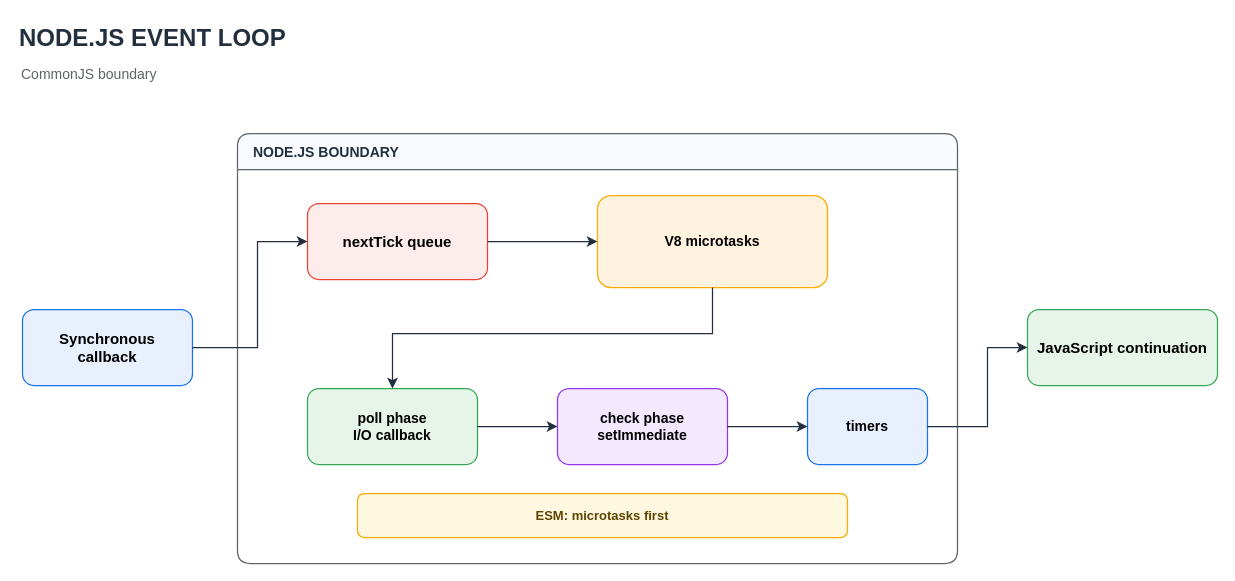
This is assets/img/nodejs/node-event-loop-scheduling-flow.drawio from KKamJi98/kkamji98.github.io, a draw.io file, before an edit. Source tidied: cells renumbered, new cells numbered last; positions are measured from the earlier drawing's top-left corner, leaving out a move shared by most shapes. Both pictures are drawn from the tidied source at 100%, with x=0, y=0 at pixel (17, 17).
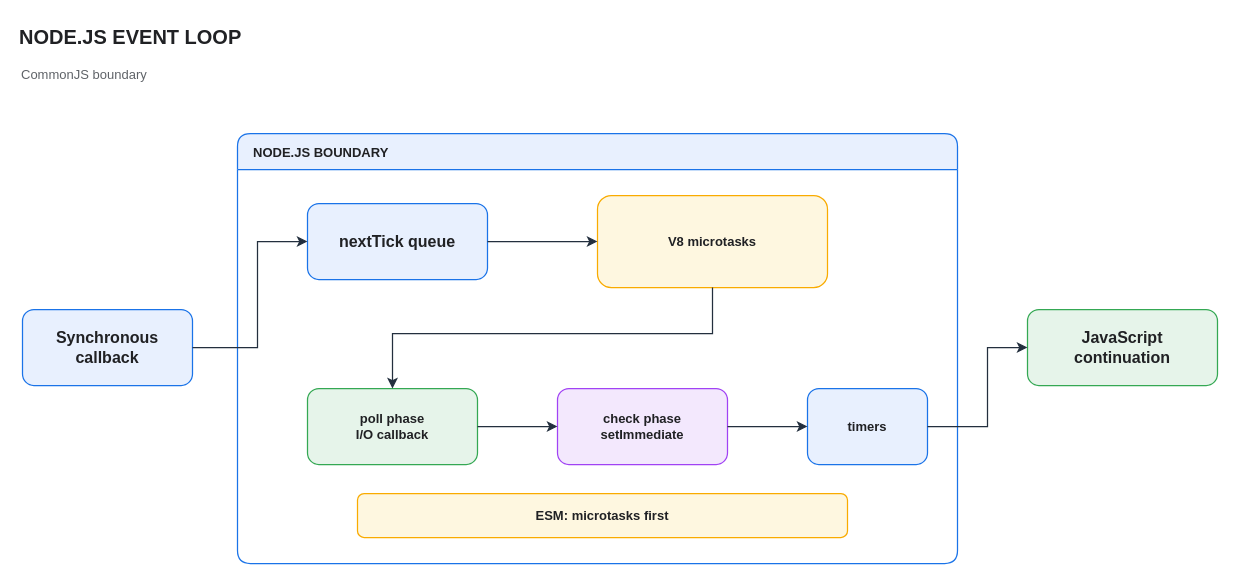
Above is the later version.

Diff of the diagram source:
```diff
@@
-    <mxCell id="2" value="NODE.JS EVENT LOOP" style="text;html=0;strokeColor=none;fillColor=none;align=left;verticalAlign=middle;fontSize=24;fontStyle=1;fontColor=#232F3E;opacity=100;" parent="1" vertex="1">
+    <mxCell id="2" value="NODE.JS EVENT LOOP" style="text;html=0;strokeColor=none;fillColor=none;align=left;verticalAlign=middle;fontSize=20;fontStyle=1;fontColor=#202124;opacity=100;" parent="1" vertex="1">
       <mxGeometry width="720" height="36" as="geometry" />
     </mxCell>
-    <mxCell id="3" value="CommonJS boundary" style="text;html=0;strokeColor=none;fillColor=none;align=left;verticalAlign=middle;fontSize=14;fontColor=#5F6368;" parent="1" vertex="1">
+    <mxCell id="3" value="CommonJS boundary" style="text;html=0;strokeColor=none;fillColor=none;align=left;verticalAlign=middle;fontSize=13;fontColor=#5F6368;" parent="1" vertex="1">
       <mxGeometry x="2" y="44" width="400" height="24" as="geometry" />
     </mxCell>
-    <mxCell id="4" value="Synchronous callback" style="rounded=1;whiteSpace=wrap;html=0;fillColor=#E8F0FE;strokeColor=#1A73E8;strokeWidth=1.25;fontColor=#000000;fontSize=15;fontStyle=1;align=center;verticalAlign=middle;spacing=8;" parent="1" vertex="1">
+    <mxCell id="4" value="Synchronous callback" style="rounded=1;whiteSpace=wrap;html=0;fillColor=#E8F0FE;strokeColor=#1A73E8;strokeWidth=1.25;fontColor=#202124;fontSize=16;fontStyle=1;align=center;verticalAlign=middle;spacing=8;" parent="1" vertex="1">
       <mxGeometry x="5" y="292" width="170" height="76" as="geometry" />
     </mxCell>
-    <mxCell id="5" value="NODE.JS BOUNDARY" style="swimlane;horizontal=1;startSize=36;rounded=1;arcSize=12;html=0;fillColor=#F8FBFF;swimlaneFillColor=#FFFFFF;strokeColor=#5F6368;strokeWidth=1.25;fontColor=#232F3E;fontSize=14;fontStyle=1;align=left;spacingLeft=14;" parent="1" vertex="1">
+    <mxCell id="5" value="NODE.JS BOUNDARY" style="swimlane;horizontal=1;startSize=36;rounded=1;arcSize=12;html=0;fillColor=#E8F0FE;swimlaneFillColor=#FFFFFF;strokeColor=#1A73E8;strokeWidth=1.25;fontColor=#202124;fontSize=13;fontStyle=1;align=left;spacingLeft=14;" parent="1" vertex="1">
       <mxGeometry x="220" y="116" width="720" height="430" as="geometry" />
     </mxCell>
-    <mxCell id="6" value="nextTick queue" style="rounded=1;whiteSpace=wrap;html=0;fillColor=#FDECEC;strokeColor=#EA4335;strokeWidth=1.25;fontColor=#000000;fontSize=15;fontStyle=1;align=center;verticalAlign=middle;spacing=8;" parent="1" vertex="1">
+    <mxCell id="6" value="nextTick queue" style="rounded=1;whiteSpace=wrap;html=0;fillColor=#E8F0FE;strokeColor=#1A73E8;strokeWidth=1.25;fontColor=#202124;fontSize=16;fontStyle=1;align=center;verticalAlign=middle;spacing=8;" parent="1" vertex="1">
       <mxGeometry x="290" y="186" width="180" height="76" as="geometry" />
     </mxCell>
-    <mxCell id="7" value="V8 microtasks" style="rounded=1;whiteSpace=wrap;html=0;fillColor=#FFF3E0;strokeColor=#F9AB00;strokeWidth=1.25;fontColor=#000000;fontSize=14;fontStyle=1;align=center;verticalAlign=middle;spacing=8;" parent="1" vertex="1">
+    <mxCell id="7" value="V8 microtasks" style="rounded=1;whiteSpace=wrap;html=0;fillColor=#FEF7E0;strokeColor=#F9AB00;strokeWidth=1.25;fontColor=#202124;fontSize=13;fontStyle=1;align=center;verticalAlign=middle;spacing=8;" parent="1" vertex="1">
       <mxGeometry x="580" y="178" width="230" height="92" as="geometry" />
     </mxCell>
-    <mxCell id="8" value="poll phase&#10;I/O callback" style="rounded=1;whiteSpace=wrap;html=0;fillColor=#E6F4EA;strokeColor=#34A853;strokeWidth=1.25;fontColor=#000000;fontSize=14;fontStyle=1;align=center;verticalAlign=middle;spacing=8;" parent="1" vertex="1">
+    <mxCell id="8" value="poll phase&#10;I/O callback" style="rounded=1;whiteSpace=wrap;html=0;fillColor=#E6F4EA;strokeColor=#34A853;strokeWidth=1.25;fontColor=#202124;fontSize=13;fontStyle=1;align=center;verticalAlign=middle;spacing=8;" parent="1" vertex="1">
       <mxGeometry x="290" y="371" width="170" height="76" as="geometry" />
     </mxCell>
-    <mxCell id="9" value="check phase&#10;setImmediate" style="rounded=1;whiteSpace=wrap;html=0;fillColor=#F3E8FD;strokeColor=#9334E6;strokeWidth=1.25;fontColor=#000000;fontSize=14;fontStyle=1;align=center;verticalAlign=middle;spacing=8;" parent="1" vertex="1">
+    <mxCell id="9" value="check phase&#10;setImmediate" style="rounded=1;whiteSpace=wrap;html=0;fillColor=#F3E8FD;strokeColor=#A142F4;strokeWidth=1.25;fontColor=#202124;fontSize=13;fontStyle=1;align=center;verticalAlign=middle;spacing=8;" parent="1" vertex="1">
       <mxGeometry x="540" y="371" width="170" height="76" as="geometry" />
     </mxCell>
-    <mxCell id="10" value="timers" style="rounded=1;whiteSpace=wrap;html=0;fillColor=#E8F0FE;strokeColor=#1A73E8;strokeWidth=1.25;fontColor=#000000;fontSize=14;fontStyle=1;align=center;verticalAlign=middle;spacing=8;" parent="1" vertex="1">
+    <mxCell id="10" value="timers" style="rounded=1;whiteSpace=wrap;html=0;fillColor=#E8F0FE;strokeColor=#1A73E8;strokeWidth=1.25;fontColor=#202124;fontSize=13;fontStyle=1;align=center;verticalAlign=middle;spacing=8;" parent="1" vertex="1">
       <mxGeometry x="790" y="371" width="120" height="76" as="geometry" />
     </mxCell>
-    <mxCell id="11" value="JavaScript continuation" style="rounded=1;whiteSpace=wrap;html=0;fillColor=#E6F4EA;strokeColor=#34A853;strokeWidth=1.25;fontColor=#000000;fontSize=15;fontStyle=1;align=center;verticalAlign=middle;spacing=8;" parent="1" vertex="1">
+    <mxCell id="11" value="JavaScript continuation" style="rounded=1;whiteSpace=wrap;html=0;fillColor=#E6F4EA;strokeColor=#34A853;strokeWidth=1.25;fontColor=#202124;fontSize=16;fontStyle=1;align=center;verticalAlign=middle;spacing=8;" parent="1" vertex="1">
       <mxGeometry x="1010" y="292" width="190" height="76" as="geometry" />
     </mxCell>
-    <mxCell id="12" value="ESM: microtasks first" style="rounded=1;whiteSpace=wrap;html=0;fillColor=#FFF8E1;strokeColor=#F9AB00;strokeWidth=1.25;fontColor=#5F4300;fontSize=13;fontStyle=1;align=center;verticalAlign=middle;spacing=8;" parent="1" vertex="1">
+    <mxCell id="12" value="ESM: microtasks first" style="rounded=1;whiteSpace=wrap;html=0;fillColor=#FEF7E0;strokeColor=#F9AB00;strokeWidth=1.25;fontColor=#202124;fontSize=13;fontStyle=1;align=center;verticalAlign=middle;spacing=8;" parent="1" vertex="1">
       <mxGeometry x="340" y="476" width="490" height="44" as="geometry" />
     </mxCell>
-    <mxCell id="13" style="edgeStyle=orthogonalEdgeStyle;rounded=0;html=0;strokeColor=#232F3E;strokeWidth=1.25;endArrow=classic;endFill=1;endSize=7;exitX=1;exitY=0.5;entryX=0;entryY=0.5;fontColor=#232F3E;" parent="1" edge="1" source="4" target="6">
+    <mxCell id="13" style="edgeStyle=orthogonalEdgeStyle;rounded=0;html=0;strokeColor=#232F3E;strokeWidth=1.25;endArrow=classic;endFill=1;endSize=7;exitX=1;exitY=0.5;entryX=0;entryY=0.5;fontColor=#202124;" parent="1" edge="1" source="4" target="6">
       <mxGeometry relative="1" as="geometry">
         <Array as="points">
           <mxPoint x="240" y="330" />
           <mxPoint x="240" y="224" />
         </Array>
       </mxGeometry>
     </mxCell>
-    <mxCell id="14" style="edgeStyle=orthogonalEdgeStyle;rounded=0;html=0;strokeColor=#232F3E;strokeWidth=1.25;endArrow=classic;endFill=1;endSize=7;exitX=1;exitY=0.5;entryX=0;entryY=0.5;fontColor=#232F3E;" parent="1" edge="1" source="6" target="7">
+    <mxCell id="14" style="edgeStyle=orthogonalEdgeStyle;rounded=0;html=0;strokeColor=#232F3E;strokeWidth=1.25;endArrow=classic;endFill=1;endSize=7;exitX=1;exitY=0.5;entryX=0;entryY=0.5;fontColor=#202124;" parent="1" edge="1" source="6" target="7">
       <mxGeometry relative="1" as="geometry" />
     </mxCell>
-    <mxCell id="15" style="edgeStyle=orthogonalEdgeStyle;rounded=0;html=0;strokeColor=#232F3E;strokeWidth=1.25;endArrow=classic;endFill=1;endSize=7;exitX=0.5;exitY=1;entryX=0.5;entryY=0;fontColor=#232F3E;" parent="1" edge="1" source="7" target="8">
+    <mxCell id="15" style="edgeStyle=orthogonalEdgeStyle;rounded=0;html=0;strokeColor=#232F3E;strokeWidth=1.25;endArrow=classic;endFill=1;endSize=7;exitX=0.5;exitY=1;entryX=0.5;entryY=0;fontColor=#202124;" parent="1" edge="1" source="7" target="8">
       <mxGeometry relative="1" as="geometry">
         <Array as="points">
           <mxPoint x="695" y="316" />
           <mxPoint x="375" y="316" />
         </Array>
       </mxGeometry>
     </mxCell>
-    <mxCell id="16" style="edgeStyle=orthogonalEdgeStyle;rounded=0;html=0;strokeColor=#232F3E;strokeWidth=1.25;endArrow=classic;endFill=1;endSize=7;exitX=1;exitY=0.5;entryX=0;entryY=0.5;fontColor=#232F3E;" parent="1" edge="1" source="8" target="9">
+    <mxCell id="16" style="edgeStyle=orthogonalEdgeStyle;rounded=0;html=0;strokeColor=#232F3E;strokeWidth=1.25;endArrow=classic;endFill=1;endSize=7;exitX=1;exitY=0.5;entryX=0;entryY=0.5;fontColor=#202124;" parent="1" edge="1" source="8" target="9">
       <mxGeometry relative="1" as="geometry" />
     </mxCell>
-    <mxCell id="17" style="edgeStyle=orthogonalEdgeStyle;rounded=0;html=0;strokeColor=#232F3E;strokeWidth=1.25;endArrow=classic;endFill=1;endSize=7;exitX=1;exitY=0.5;entryX=0;entryY=0.5;fontColor=#232F3E;" parent="1" edge="1" source="9" target="10">
+    <mxCell id="17" style="edgeStyle=orthogonalEdgeStyle;rounded=0;html=0;strokeColor=#232F3E;strokeWidth=1.25;endArrow=classic;endFill=1;endSize=7;exitX=1;exitY=0.5;entryX=0;entryY=0.5;fontColor=#202124;" parent="1" edge="1" source="9" target="10">
       <mxGeometry relative="1" as="geometry" />
     </mxCell>
-    <mxCell id="18" style="edgeStyle=orthogonalEdgeStyle;rounded=0;html=0;strokeColor=#232F3E;strokeWidth=1.25;endArrow=classic;endFill=1;endSize=7;exitX=1;exitY=0.5;entryX=0;entryY=0.5;fontColor=#232F3E;" parent="1" edge="1" source="10" target="11">
+    <mxCell id="18" style="edgeStyle=orthogonalEdgeStyle;rounded=0;html=0;strokeColor=#232F3E;strokeWidth=1.25;endArrow=classic;endFill=1;endSize=7;exitX=1;exitY=0.5;entryX=0;entryY=0.5;fontColor=#202124;" parent="1" edge="1" source="10" target="11">
       <mxGeometry relative="1" as="geometry">
         <Array as="points">
           <mxPoint x="970" y="409" />
           <mxPoint x="970" y="330" />
         </Array>
       </mxGeometry>
     </mxCell>
```
